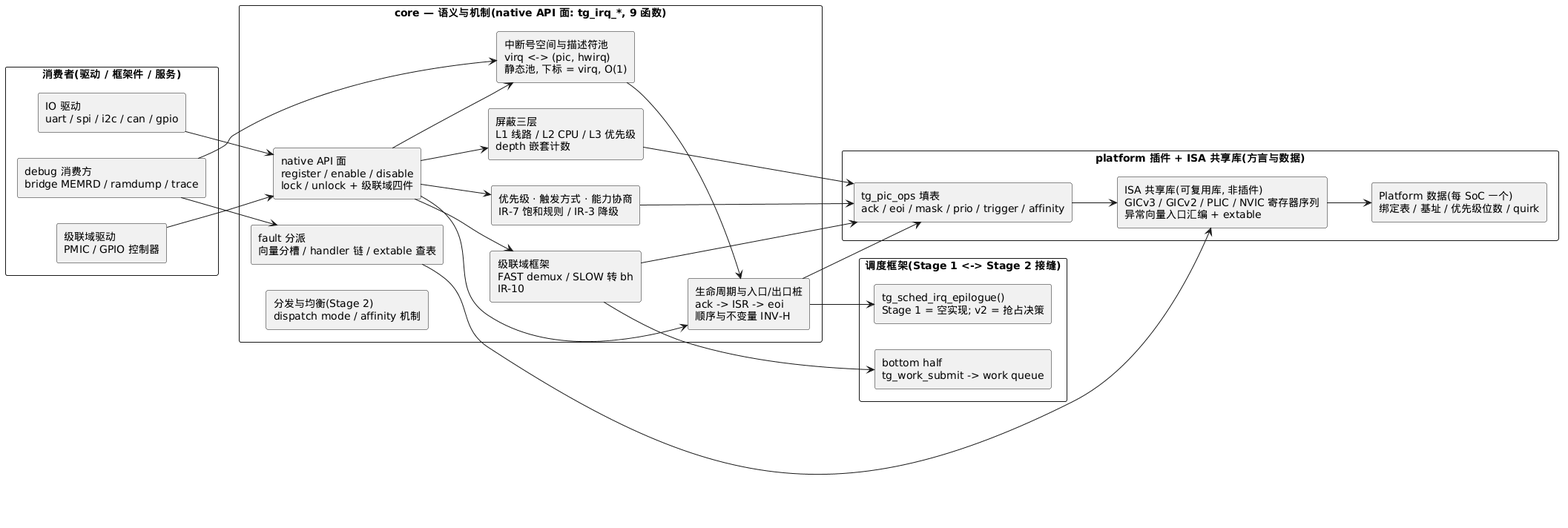
Above: docs/3-os-core/pics/3-02-int-01.png in zhuyh4n9/brickOS (PlantUML), before the change.
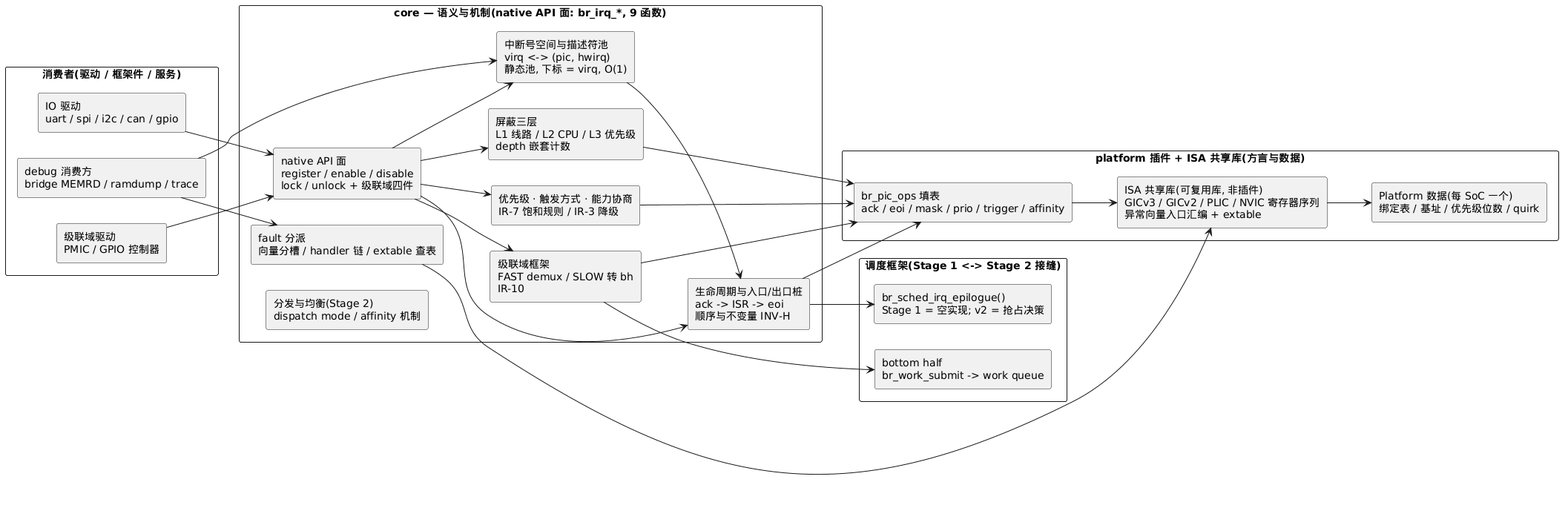
Later version of the same file.

Diff of the diagram source:
```diff
@@ -11,7 +11,7 @@
   [debug 消费方\nbridge MEMRD / ramdump / trace] as DBG
 }
 
-package "core — 语义与机制(native API 面: tg_irq_*, 9 函数)" as L_CORE {
+package "core — 语义与机制(native API 面: br_irq_*, 9 函数)" as L_CORE {
   [native API 面\nregister / enable / disable\nlock / unlock + 级联域四件] as API
   [中断号空间与描述符池\nvirq <-> (pic, hwirq)\n静态池, 下标 = virq, O(1)] as IRQNUM
   [生命周期与入口/出口桩\nack -> ISR -> eoi\n顺序与不变量 INV-H] as LIFE
@@ -23,14 +23,14 @@
 }
 
 package "platform 插件 + ISA 共享库(方言与数据)" as L_PLAT {
-  [tg_pic_ops 填表\nack / eoi / mask / prio / trigger / affinity] as PICOPS
+  [br_pic_ops 填表\nack / eoi / mask / prio / trigger / affinity] as PICOPS
   [ISA 共享库(可复用库, 非插件)\nGICv3 / GICv2 / PLIC / NVIC 寄存器序列\n异常向量入口汇编 + extable] as ISA
   [Platform 数据(每 SoC 一个)\n绑定表 / 基址 / 优先级位数 / quirk] as PLATDATA
 }
 
 package "调度框架(Stage 1 <-> Stage 2 接缝)" as L_SCHED {
-  [tg_sched_irq_epilogue()\nStage 1 = 空实现; v2 = 抢占决策] as EPI
-  [bottom half\ntg_work_submit -> work queue] as BH
+  [br_sched_irq_epilogue()\nStage 1 = 空实现; v2 = 抢占决策] as EPI
+  [bottom half\nbr_work_submit -> work queue] as BH
 }
 
 DRV --> API
```
